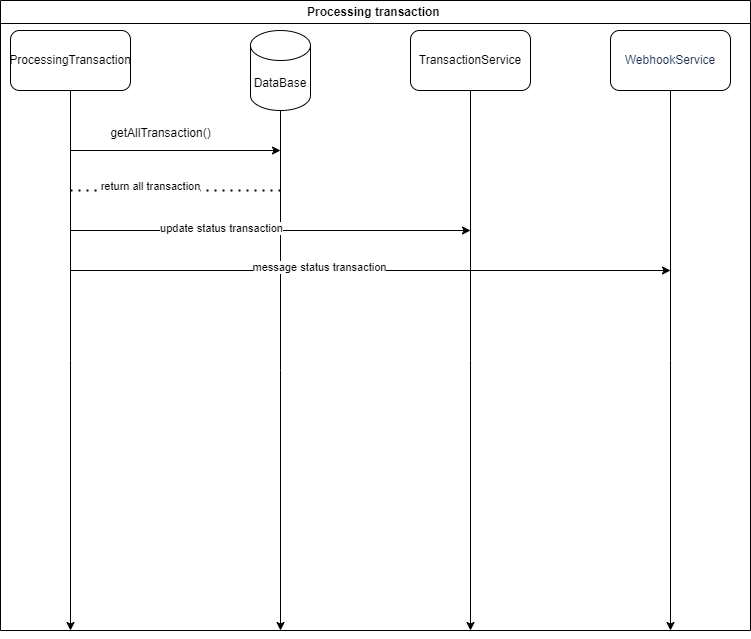
This is src/main/resources/ProcessingTransaction.png from 554455/FakePaymentProvider, a draw.io export, as it was before one commit. Source tidied: cells renumbered, new cells last; positions are measured from the earlier drawing's top-left corner, leaving out a move shared by most shapes. The source it was exported from:
```xml
<mxGraphModel>
  <root>
    <mxCell id="0" />
    <mxCell id="1" parent="0" />
    <mxCell id="2" style="edgeStyle=orthogonalEdgeStyle;rounded=0;jettySize=auto;html=1;" parent="1" edge="1" source="3">
      <mxGeometry relative="1" as="geometry">
        <mxPoint x="70" y="630" as="targetPoint" />
      </mxGeometry>
    </mxCell>
    <mxCell id="3" value="ProcessingTransaction" style="rounded=1;whiteSpace=wrap;html=1;" parent="1" vertex="1">
      <mxGeometry x="10" y="30" width="120" height="60" as="geometry" />
    </mxCell>
    <mxCell id="4" style="edgeStyle=orthogonalEdgeStyle;rounded=0;jettySize=auto;html=1;" parent="1" edge="1" source="5">
      <mxGeometry relative="1" as="geometry">
        <mxPoint x="470" y="630" as="targetPoint" />
      </mxGeometry>
    </mxCell>
    <mxCell id="5" value="TransactionService" style="rounded=1;whiteSpace=wrap;html=1;" parent="1" vertex="1">
      <mxGeometry x="410" y="30" width="120" height="60" as="geometry" />
    </mxCell>
    <mxCell id="6" style="edgeStyle=orthogonalEdgeStyle;rounded=0;jettySize=auto;html=1;" parent="1" edge="1" source="7">
      <mxGeometry relative="1" as="geometry">
        <mxPoint x="280" y="630" as="targetPoint" />
      </mxGeometry>
    </mxCell>
    <mxCell id="7" value="DataBase" style="shape=cylinder3;whiteSpace=wrap;html=1;boundedLbl=1;backgroundOutline=1;size=15;" parent="1" vertex="1">
      <mxGeometry x="250" y="30" width="60" height="80" as="geometry" />
    </mxCell>
    <mxCell id="8" style="edgeStyle=orthogonalEdgeStyle;rounded=0;jettySize=auto;html=1;" parent="1" edge="1" source="9">
      <mxGeometry relative="1" as="geometry">
        <mxPoint x="670" y="630" as="targetPoint" />
      </mxGeometry>
    </mxCell>
    <mxCell id="9" value="&lt;font style=&quot;font-size: 12px;&quot; face=&quot;Helvetica&quot; color=&quot;#172b4d&quot;&gt;&lt;span style=&quot;white-space-collapse: preserve;&quot;&gt;WebhookService&lt;/span&gt;&lt;/font&gt;" style="rounded=1;whiteSpace=wrap;html=1;" parent="1" vertex="1">
      <mxGeometry x="610" y="30" width="120" height="60" as="geometry" />
    </mxCell>
    <mxCell id="10" style="endArrow=classic;html=1;rounded=0;" parent="1" edge="1">
      <mxGeometry relative="1" as="geometry">
        <mxPoint x="70" y="150" as="sourcePoint" />
        <mxPoint x="280" y="150" as="targetPoint" />
      </mxGeometry>
    </mxCell>
    <mxCell id="11" value="getAllTransaction()" style="text;html=1;align=center;verticalAlign=middle;strokeColor=none;fillColor=none;" parent="1" vertex="1">
      <mxGeometry x="100" y="118" width="120" height="30" as="geometry" />
    </mxCell>
    <mxCell id="12" style="endArrow=none;dashed=1;html=1;dashPattern=1 3;strokeWidth=2;rounded=0;" parent="1" edge="1">
      <mxGeometry relative="1" as="geometry">
        <mxPoint x="70" y="190" as="sourcePoint" />
        <mxPoint x="280" y="190" as="targetPoint" />
      </mxGeometry>
    </mxCell>
    <mxCell id="13" value="return all transaction" style="edgeLabel;html=1;align=center;verticalAlign=middle;" parent="12" vertex="1">
      <mxGeometry x="-0.25" y="5" relative="1" as="geometry" />
    </mxCell>
    <mxCell id="14" style="endArrow=classic;html=1;rounded=0;" parent="1" edge="1">
      <mxGeometry relative="1" as="geometry">
        <mxPoint x="70" y="230" as="sourcePoint" />
        <mxPoint x="470" y="230" as="targetPoint" />
      </mxGeometry>
    </mxCell>
    <mxCell id="15" value="update status transaction" style="edgeLabel;html=1;align=center;verticalAlign=middle;" parent="14" vertex="1">
      <mxGeometry x="-0.25" y="3" relative="1" as="geometry" />
    </mxCell>
    <mxCell id="16" style="endArrow=classic;html=1;rounded=0;" parent="1" edge="1">
      <mxGeometry relative="1" as="geometry">
        <mxPoint x="70" y="270" as="sourcePoint" />
        <mxPoint x="670" y="270" as="targetPoint" />
      </mxGeometry>
    </mxCell>
    <mxCell id="17" value="message status transaction" style="edgeLabel;html=1;align=center;verticalAlign=middle;" parent="16" vertex="1">
      <mxGeometry x="-0.17" y="4" relative="1" as="geometry" />
    </mxCell>
    <mxCell id="18" value="Processing transaction&amp;nbsp;" style="swimlane;whiteSpace=wrap;html=1;" parent="1" vertex="1">
      <mxGeometry width="750" height="630" as="geometry" />
    </mxCell>
  </root>
</mxGraphModel>
```
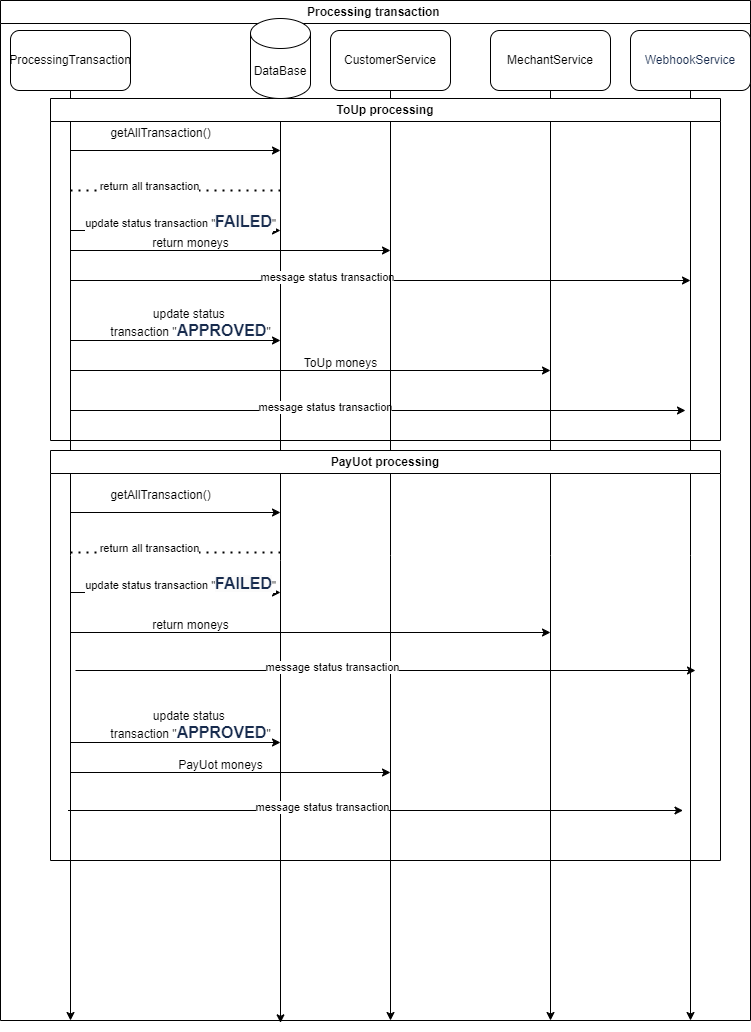
The same file after the commit.

The edit, as a diff of the source:
```diff
@@ -4,36 +4,22 @@
     <mxCell id="1" parent="0" />
     <mxCell id="2" style="edgeStyle=orthogonalEdgeStyle;rounded=0;jettySize=auto;html=1;" parent="1" edge="1" source="3">
       <mxGeometry relative="1" as="geometry">
-        <mxPoint x="70" y="630" as="targetPoint" />
+        <mxPoint x="70" y="1020" as="targetPoint" />
       </mxGeometry>
     </mxCell>
     <mxCell id="3" value="ProcessingTransaction" style="rounded=1;whiteSpace=wrap;html=1;" parent="1" vertex="1">
       <mxGeometry x="10" y="30" width="120" height="60" as="geometry" />
     </mxCell>
-    <mxCell id="4" style="edgeStyle=orthogonalEdgeStyle;rounded=0;jettySize=auto;html=1;" parent="1" edge="1" source="5">
-      <mxGeometry relative="1" as="geometry">
-        <mxPoint x="470" y="630" as="targetPoint" />
-      </mxGeometry>
-    </mxCell>
-    <mxCell id="5" value="TransactionService" style="rounded=1;whiteSpace=wrap;html=1;" parent="1" vertex="1">
-      <mxGeometry x="410" y="30" width="120" height="60" as="geometry" />
-    </mxCell>
     <mxCell id="6" style="edgeStyle=orthogonalEdgeStyle;rounded=0;jettySize=auto;html=1;" parent="1" edge="1" source="7">
       <mxGeometry relative="1" as="geometry">
-        <mxPoint x="280" y="630" as="targetPoint" />
+        <mxPoint x="280" y="1022.4" as="targetPoint" />
       </mxGeometry>
     </mxCell>
-    <mxCell id="7" value="DataBase" style="shape=cylinder3;whiteSpace=wrap;html=1;boundedLbl=1;backgroundOutline=1;size=15;" parent="1" vertex="1">
-      <mxGeometry x="250" y="30" width="60" height="80" as="geometry" />
-    </mxCell>
     <mxCell id="8" style="edgeStyle=orthogonalEdgeStyle;rounded=0;jettySize=auto;html=1;" parent="1" edge="1" source="9">
       <mxGeometry relative="1" as="geometry">
-        <mxPoint x="670" y="630" as="targetPoint" />
+        <mxPoint x="690" y="1020" as="targetPoint" />
       </mxGeometry>
     </mxCell>
-    <mxCell id="9" value="&lt;font style=&quot;font-size: 12px;&quot; face=&quot;Helvetica&quot; color=&quot;#172b4d&quot;&gt;&lt;span style=&quot;white-space-collapse: preserve;&quot;&gt;WebhookService&lt;/span&gt;&lt;/font&gt;" style="rounded=1;whiteSpace=wrap;html=1;" parent="1" vertex="1">
-      <mxGeometry x="610" y="30" width="120" height="60" as="geometry" />
-    </mxCell>
     <mxCell id="10" style="endArrow=classic;html=1;rounded=0;" parent="1" edge="1">
       <mxGeometry relative="1" as="geometry">
         <mxPoint x="70" y="150" as="sourcePoint" />
@@ -55,23 +41,163 @@
     <mxCell id="14" style="endArrow=classic;html=1;rounded=0;" parent="1" edge="1">
       <mxGeometry relative="1" as="geometry">
         <mxPoint x="70" y="230" as="sourcePoint" />
-        <mxPoint x="470" y="230" as="targetPoint" />
+        <mxPoint x="280" y="230" as="targetPoint" />
       </mxGeometry>
     </mxCell>
-    <mxCell id="15" value="update status transaction" style="edgeLabel;html=1;align=center;verticalAlign=middle;" parent="14" vertex="1">
-      <mxGeometry x="-0.25" y="3" relative="1" as="geometry" />
+    <mxCell id="15" value="update status transaction &quot;&lt;span style=&quot;color: rgba(0, 0, 0, 0); font-family: monospace; font-size: 0px; text-align: start; background-color: rgb(251, 251, 251);&quot;&gt;%3CmxGraphModel%3E%3Croot%3E%3CmxCell%20id%3D%220%22%2F%3E%3CmxCell%20id%3D%221%22%20parent%3D%220%22%2F%3E%3CmxCell%20id%3D%222%22%20value%3D%22%22%20style%3D%22endArrow%3Dclassic%3Bhtml%3D1%3Brounded%3D0%3B%22%20edge%3D%221%22%20parent%3D%221%22%3E%3CmxGeometry%20width%3D%2250%22%20height%3D%2250%22%20relative%3D%221%22%20as%3D%22geometry%22%3E%3CmxPoint%20x%3D%22140%22%20y%3D%22240%22%20as%3D%22sourcePoint%22%2F%3E%3CmxPoint%20x%3D%22540%22%20y%3D%22240%22%20as%3D%22targetPoint%22%2F%3E%3C%2FmxGeometry%3E%3C%2FmxCell%3E%3CmxCell%20id%3D%223%22%20value%3D%22update%20status%20transaction%22%20style%3D%22edgeLabel%3Bhtml%3D1%3Balign%3Dcenter%3BverticalAlign%3Dmiddle%3Bresizable%3D0%3Bpoints%3D%5B%5D%3B%22%20vertex%3D%221%22%20connectable%3D%220%22%20parent%3D%222%22%3E%3CmxGeometry%20x%3D%22-0.25%22%20y%3D%223%22%20relative%3D%221%22%20as%3D%22geometry%22%3E%3CmxPoint%20as%3D%22offset%22%2F%3E%3C%2FmxGeometry%3E%3C%2FmxCell%3E%3C%2Froot%3E%3C%2FmxGraphModel%3E&lt;/span&gt;&lt;span style=&quot;color: rgba(0, 0, 0, 0); font-family: monospace; font-size: 0px; text-align: start; background-color: rgb(251, 251, 251);&quot;&gt;%3CmxGraphModel%3E%3Croot%3E%3CmxCell%20id%3D%220%22%2F%3E%3CmxCell%20id%3D%221%22%20parent%3D%220%22%2F%3E%3CmxCell%20id%3D%222%22%20value%3D%22%22%20style%3D%22endArrow%3Dclassic%3Bhtml%3D1%3Brounded%3D0%3B%22%20edge%3D%221%22%20parent%3D%221%22%3E%3CmxGeometry%20width%3D%2250%22%20height%3D%2250%22%20relative%3D%221%22%20as%3D%22geometry%22%3E%3CmxPoint%20x%3D%22140%22%20y%3D%22240%22%20as%3D%22sourcePoint%22%2F%3E%3CmxPoint%20x%3D%22540%22%20y%3D%22240%22%20as%3D%22targetPoint%22%2F%3E%3C%2FmxGeometry%3E%3C%2FmxCell%3E%3CmxCell%20id%3D%223%22%20value%3D%22update%20status%20transaction%22%20style%3D%22edgeLabel%3Bhtml%3D1%3Balign%3Dcenter%3BverticalAlign%3Dmiddle%3Bresizable%3D0%3Bpoints%3D%5B%5D%3B%22%20vertex%3D%221%22%20connectable%3D%220%22%20parent%3D%222%22%3E%3CmxGeometry%20x%3D%22-0.25%22%20y%3D%223%22%20relative%3D%221%22%20as%3D%22geometry%22%3E%3CmxPoint%20as%3D%22offset%22%2F%3E%3C%2FmxGeometry%3E%3C%2FmxCell%3E%3C%2Froot%3E%3C%2FmxGraphModel%3E&lt;/span&gt;&lt;span style=&quot;color: rgb(23, 43, 77); font-family: Arial, sans-serif; font-size: 16px; font-weight: 700; white-space: pre-wrap; background-color: rgb(251, 251, 251);&quot;&gt;FAILED&lt;/span&gt;&quot;" style="edgeLabel;html=1;align=center;verticalAlign=middle;" parent="14" vertex="1">
+      <mxGeometry x="-0.25" y="3" relative="1" as="geometry">
+        <mxPoint x="31" y="-7" as="offset" />
+      </mxGeometry>
     </mxCell>
+    <mxCell id="18" value="Processing transaction&amp;nbsp;" style="swimlane;whiteSpace=wrap;html=1;" parent="1" vertex="1">
+      <mxGeometry width="750" height="1020" as="geometry" />
+    </mxCell>
+    <mxCell id="19" style="endArrow=classic;html=1;rounded=0;" parent="18" edge="1">
+      <mxGeometry relative="1" as="geometry">
+        <mxPoint x="70" y="340" as="sourcePoint" />
+        <mxPoint x="280" y="340" as="targetPoint" />
+      </mxGeometry>
+    </mxCell>
-    <mxCell id="16" style="endArrow=classic;html=1;rounded=0;" parent="1" edge="1">
+    <mxCell id="16" style="endArrow=classic;html=1;rounded=0;" parent="18" edge="1">
       <mxGeometry relative="1" as="geometry">
-        <mxPoint x="70" y="270" as="sourcePoint" />
-        <mxPoint x="670" y="270" as="targetPoint" />
+        <mxPoint x="70" y="280" as="sourcePoint" />
+        <mxPoint x="690" y="280" as="targetPoint" />
       </mxGeometry>
     </mxCell>
     <mxCell id="17" value="message status transaction" style="edgeLabel;html=1;align=center;verticalAlign=middle;" parent="16" vertex="1">
       <mxGeometry x="-0.17" y="4" relative="1" as="geometry" />
     </mxCell>
-    <mxCell id="18" value="Processing transaction&amp;nbsp;" style="swimlane;whiteSpace=wrap;html=1;" parent="1" vertex="1">
-      <mxGeometry width="750" height="630" as="geometry" />
-    </mxCell>
+    <mxCell id="20" value="update status&amp;nbsp;&lt;div&gt;transaction &quot;&lt;span id=&quot;docs-internal-guid-ef6bf23b-7fff-35b9-ffb7-49a7f59db032&quot;&gt;&lt;span style=&quot;font-size: 12pt; font-family: Arial, sans-serif; color: rgb(23, 43, 77); background-color: transparent; font-weight: 700; font-variant-numeric: normal; font-variant-east-asian: normal; font-variant-alternates: normal; font-variant-position: normal; vertical-align: baseline; white-space: pre-wrap;&quot;&gt;APPROVED&lt;/span&gt;&lt;/span&gt;&quot;&lt;/div&gt;" style="text;html=1;align=center;verticalAlign=middle;strokeColor=none;fillColor=none;" parent="18" vertex="1">
+      <mxGeometry x="100" y="298" width="180" height="50" as="geometry" />
+    </mxCell>
+    <mxCell id="21" style="endArrow=classic;html=1;rounded=0;" parent="18" edge="1">
+      <mxGeometry relative="1" as="geometry">
+        <mxPoint x="70" y="410" as="sourcePoint" />
+        <mxPoint x="685" y="410" as="targetPoint" />
+      </mxGeometry>
+    </mxCell>
+    <mxCell id="22" value="message status transaction" style="edgeLabel;html=1;align=center;verticalAlign=middle;" parent="21" vertex="1">
+      <mxGeometry x="-0.17" y="4" relative="1" as="geometry" />
+    </mxCell>
+    <mxCell id="23" value="return moneys" style="text;html=1;align=center;verticalAlign=middle;strokeColor=none;fillColor=none;" parent="18" vertex="1">
+      <mxGeometry x="140" y="228" width="100" height="30" as="geometry" />
+    </mxCell>
+    <mxCell id="5" value="CustomerService" style="rounded=1;whiteSpace=wrap;html=1;" parent="18" vertex="1">
+      <mxGeometry x="330" y="30" width="120" height="60" as="geometry" />
+    </mxCell>
+    <mxCell id="4" style="edgeStyle=orthogonalEdgeStyle;rounded=0;jettySize=auto;html=1;" parent="18" edge="1" source="5">
+      <mxGeometry relative="1" as="geometry">
+        <mxPoint x="390" y="1020" as="targetPoint" />
+      </mxGeometry>
+    </mxCell>
+    <mxCell id="9" value="&lt;font style=&quot;font-size: 12px;&quot; face=&quot;Helvetica&quot; color=&quot;#172b4d&quot;&gt;&lt;span style=&quot;white-space-collapse: preserve;&quot;&gt;WebhookService&lt;/span&gt;&lt;/font&gt;" style="rounded=1;whiteSpace=wrap;html=1;" parent="18" vertex="1">
+      <mxGeometry x="630" y="30" width="120" height="60" as="geometry" />
+    </mxCell>
+    <mxCell id="24" style="edgeStyle=orthogonalEdgeStyle;rounded=0;jettySize=auto;html=1;" parent="18" edge="1" source="25">
+      <mxGeometry relative="1" as="geometry">
+        <mxPoint x="550" y="1020" as="targetPoint" />
+      </mxGeometry>
+    </mxCell>
+    <mxCell id="25" value="MechantService" style="rounded=1;whiteSpace=wrap;html=1;" parent="18" vertex="1">
+      <mxGeometry x="490" y="30" width="120" height="60" as="geometry" />
+    </mxCell>
+    <mxCell id="26" style="endArrow=classic;html=1;rounded=0;" parent="18" edge="1">
+      <mxGeometry relative="1" as="geometry">
+        <mxPoint x="70" y="370" as="sourcePoint" />
+        <mxPoint x="550" y="370" as="targetPoint" />
+      </mxGeometry>
+    </mxCell>
+    <mxCell id="27" value="ToUp moneys" style="text;html=1;align=center;verticalAlign=middle;strokeColor=none;fillColor=none;" parent="18" vertex="1">
+      <mxGeometry x="290" y="348" width="100" height="30" as="geometry" />
+    </mxCell>
+    <mxCell id="28" value="ToUp processing" style="swimlane;whiteSpace=wrap;html=1;" parent="18" vertex="1">
+      <mxGeometry x="50" y="98" width="670" height="342" as="geometry" />
+    </mxCell>
+    <mxCell id="7" value="DataBase" style="shape=cylinder3;whiteSpace=wrap;html=1;boundedLbl=1;backgroundOutline=1;size=15;" parent="18" vertex="1">
+      <mxGeometry x="250" y="18" width="60" height="80" as="geometry" />
+    </mxCell>
+    <mxCell id="29" style="endArrow=classic;html=1;rounded=0;" parent="18" edge="1">
+      <mxGeometry relative="1" as="geometry">
+        <mxPoint x="70" y="512" as="sourcePoint" />
+        <mxPoint x="280" y="512" as="targetPoint" />
+      </mxGeometry>
+    </mxCell>
+    <mxCell id="30" value="getAllTransaction()" style="text;html=1;align=center;verticalAlign=middle;strokeColor=none;fillColor=none;" parent="18" vertex="1">
+      <mxGeometry x="100" y="480" width="120" height="30" as="geometry" />
+    </mxCell>
+    <mxCell id="31" style="endArrow=none;dashed=1;html=1;dashPattern=1 3;strokeWidth=2;rounded=0;" parent="18" edge="1">
+      <mxGeometry relative="1" as="geometry">
+        <mxPoint x="70" y="552" as="sourcePoint" />
+        <mxPoint x="280" y="552" as="targetPoint" />
+      </mxGeometry>
+    </mxCell>
+    <mxCell id="32" value="return all transaction" style="edgeLabel;html=1;align=center;verticalAlign=middle;" parent="31" vertex="1">
+      <mxGeometry x="-0.25" y="5" relative="1" as="geometry" />
+    </mxCell>
+    <mxCell id="33" style="endArrow=classic;html=1;rounded=0;" parent="18" edge="1">
+      <mxGeometry relative="1" as="geometry">
+        <mxPoint x="70" y="592" as="sourcePoint" />
+        <mxPoint x="280" y="592" as="targetPoint" />
+      </mxGeometry>
+    </mxCell>
+    <mxCell id="34" value="update status transaction &quot;&lt;span style=&quot;color: rgba(0, 0, 0, 0); font-family: monospace; font-size: 0px; text-align: start; background-color: rgb(251, 251, 251);&quot;&gt;%3CmxGraphModel%3E%3Croot%3E%3CmxCell%20id%3D%220%22%2F%3E%3CmxCell%20id%3D%221%22%20parent%3D%220%22%2F%3E%3CmxCell%20id%3D%222%22%20value%3D%22%22%20style%3D%22endArrow%3Dclassic%3Bhtml%3D1%3Brounded%3D0%3B%22%20edge%3D%221%22%20parent%3D%221%22%3E%3CmxGeometry%20width%3D%2250%22%20height%3D%2250%22%20relative%3D%221%22%20as%3D%22geometry%22%3E%3CmxPoint%20x%3D%22140%22%20y%3D%22240%22%20as%3D%22sourcePoint%22%2F%3E%3CmxPoint%20x%3D%22540%22%20y%3D%22240%22%20as%3D%22targetPoint%22%2F%3E%3C%2FmxGeometry%3E%3C%2FmxCell%3E%3CmxCell%20id%3D%223%22%20value%3D%22update%20status%20transaction%22%20style%3D%22edgeLabel%3Bhtml%3D1%3Balign%3Dcenter%3BverticalAlign%3Dmiddle%3Bresizable%3D0%3Bpoints%3D%5B%5D%3B%22%20vertex%3D%221%22%20connectable%3D%220%22%20parent%3D%222%22%3E%3CmxGeometry%20x%3D%22-0.25%22%20y%3D%223%22%20relative%3D%221%22%20as%3D%22geometry%22%3E%3CmxPoint%20as%3D%22offset%22%2F%3E%3C%2FmxGeometry%3E%3C%2FmxCell%3E%3C%2Froot%3E%3C%2FmxGraphModel%3E&lt;/span&gt;&lt;span style=&quot;color: rgba(0, 0, 0, 0); font-family: monospace; font-size: 0px; text-align: start; background-color: rgb(251, 251, 251);&quot;&gt;%3CmxGraphModel%3E%3Croot%3E%3CmxCell%20id%3D%220%22%2F%3E%3CmxCell%20id%3D%221%22%20parent%3D%220%22%2F%3E%3CmxCell%20id%3D%222%22%20value%3D%22%22%20style%3D%22endArrow%3Dclassic%3Bhtml%3D1%3Brounded%3D0%3B%22%20edge%3D%221%22%20parent%3D%221%22%3E%3CmxGeometry%20width%3D%2250%22%20height%3D%2250%22%20relative%3D%221%22%20as%3D%22geometry%22%3E%3CmxPoint%20x%3D%22140%22%20y%3D%22240%22%20as%3D%22sourcePoint%22%2F%3E%3CmxPoint%20x%3D%22540%22%20y%3D%22240%22%20as%3D%22targetPoint%22%2F%3E%3C%2FmxGeometry%3E%3C%2FmxCell%3E%3CmxCell%20id%3D%223%22%20value%3D%22update%20status%20transaction%22%20style%3D%22edgeLabel%3Bhtml%3D1%3Balign%3Dcenter%3BverticalAlign%3Dmiddle%3Bresizable%3D0%3Bpoints%3D%5B%5D%3B%22%20vertex%3D%221%22%20connectable%3D%220%22%20parent%3D%222%22%3E%3CmxGeometry%20x%3D%22-0.25%22%20y%3D%223%22%20relative%3D%221%22%20as%3D%22geometry%22%3E%3CmxPoint%20as%3D%22offset%22%2F%3E%3C%2FmxGeometry%3E%3C%2FmxCell%3E%3C%2Froot%3E%3C%2FmxGraphModel%3E&lt;/span&gt;&lt;span style=&quot;color: rgb(23, 43, 77); font-family: Arial, sans-serif; font-size: 16px; font-weight: 700; white-space: pre-wrap; background-color: rgb(251, 251, 251);&quot;&gt;FAILED&lt;/span&gt;&quot;" style="edgeLabel;html=1;align=center;verticalAlign=middle;" parent="33" vertex="1">
+      <mxGeometry x="-0.25" y="3" relative="1" as="geometry">
+        <mxPoint x="31" y="-7" as="offset" />
+      </mxGeometry>
+    </mxCell>
+    <mxCell id="35" value="return moneys" style="text;html=1;align=center;verticalAlign=middle;strokeColor=none;fillColor=none;" parent="18" vertex="1">
+      <mxGeometry x="140" y="610" width="100" height="30" as="geometry" />
+    </mxCell>
+    <mxCell id="36" style="endArrow=classic;html=1;rounded=0;" parent="18" edge="1">
+      <mxGeometry relative="1" as="geometry">
+        <mxPoint x="70" y="632" as="sourcePoint" />
+        <mxPoint x="550" y="632" as="targetPoint" />
+      </mxGeometry>
+    </mxCell>
+    <mxCell id="37" style="endArrow=classic;html=1;rounded=0;" parent="18" edge="1">
+      <mxGeometry relative="1" as="geometry">
+        <mxPoint x="75" y="670" as="sourcePoint" />
+        <mxPoint x="695" y="670" as="targetPoint" />
+      </mxGeometry>
+    </mxCell>
+    <mxCell id="38" value="message status transaction" style="edgeLabel;html=1;align=center;verticalAlign=middle;" parent="37" vertex="1">
+      <mxGeometry x="-0.17" y="4" relative="1" as="geometry" />
+    </mxCell>
+    <mxCell id="39" style="endArrow=classic;html=1;rounded=0;" parent="18" edge="1">
+      <mxGeometry relative="1" as="geometry">
+        <mxPoint x="70" y="742" as="sourcePoint" />
+        <mxPoint x="280" y="742" as="targetPoint" />
+      </mxGeometry>
+    </mxCell>
+    <mxCell id="40" value="update status&amp;nbsp;&lt;div&gt;transaction &quot;&lt;span id=&quot;docs-internal-guid-ef6bf23b-7fff-35b9-ffb7-49a7f59db032&quot;&gt;&lt;span style=&quot;font-size: 12pt; font-family: Arial, sans-serif; color: rgb(23, 43, 77); background-color: transparent; font-weight: 700; font-variant-numeric: normal; font-variant-east-asian: normal; font-variant-alternates: normal; font-variant-position: normal; vertical-align: baseline; white-space: pre-wrap;&quot;&gt;APPROVED&lt;/span&gt;&lt;/span&gt;&quot;&lt;/div&gt;" style="text;html=1;align=center;verticalAlign=middle;strokeColor=none;fillColor=none;" parent="18" vertex="1">
+      <mxGeometry x="100" y="700" width="180" height="50" as="geometry" />
+    </mxCell>
+    <mxCell id="41" style="endArrow=classic;html=1;rounded=0;" parent="18" edge="1">
+      <mxGeometry relative="1" as="geometry">
+        <mxPoint x="70" y="772" as="sourcePoint" />
+        <mxPoint x="390" y="772" as="targetPoint" />
+      </mxGeometry>
+    </mxCell>
+    <mxCell id="42" value="PayUot moneys" style="text;html=1;align=center;verticalAlign=middle;strokeColor=none;fillColor=none;" parent="18" vertex="1">
+      <mxGeometry x="165" y="750" width="110" height="30" as="geometry" />
+    </mxCell>
+    <mxCell id="43" style="endArrow=classic;html=1;rounded=0;" parent="18" edge="1">
+      <mxGeometry relative="1" as="geometry">
+        <mxPoint x="67.5" y="810" as="sourcePoint" />
+        <mxPoint x="682.5" y="810" as="targetPoint" />
+      </mxGeometry>
+    </mxCell>
+    <mxCell id="44" value="message status transaction" style="edgeLabel;html=1;align=center;verticalAlign=middle;" parent="43" vertex="1">
+      <mxGeometry x="-0.17" y="4" relative="1" as="geometry" />
+    </mxCell>
+    <mxCell id="45" value="PayUot processing" style="swimlane;whiteSpace=wrap;html=1;" parent="18" vertex="1">
+      <mxGeometry x="50" y="450" width="670" height="410" as="geometry" />
+    </mxCell>
+    <mxCell id="46" style="endArrow=classic;html=1;rounded=0;" parent="1" edge="1">
+      <mxGeometry relative="1" as="geometry">
+        <mxPoint x="70" y="250" as="sourcePoint" />
+        <mxPoint x="390" y="250" as="targetPoint" />
+      </mxGeometry>
+    </mxCell>
   </root>
 </mxGraphModel>
```
